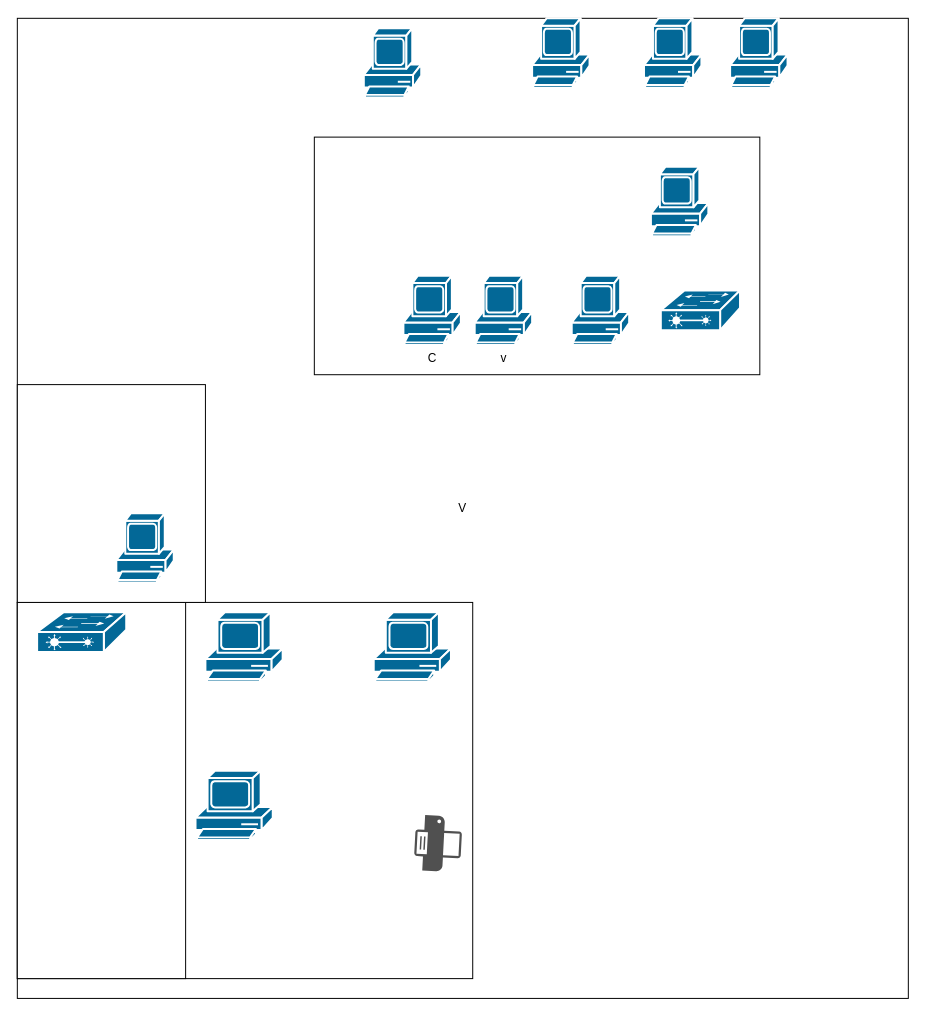
Before: Untitled Diagram.drawio in GabrielBuenoSathler/mapa-de-rede, a draw.io diagram. Source tidied: cells renumbered, new cells numbered last; positions are measured from the earlier drawing's top-left corner, leaving out a move shared by most shapes. Both pictures are drawn from the tidied source at 99%, with x=0, y=0 at pixel (17, 18).
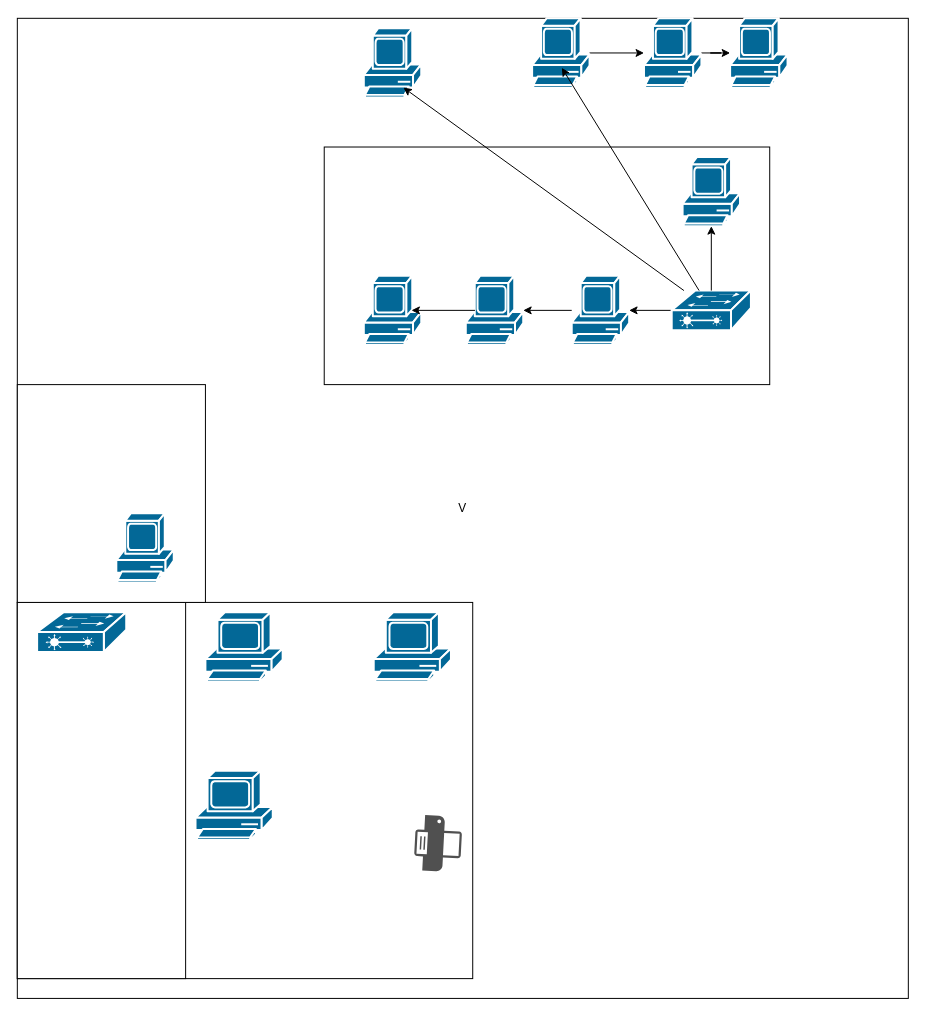
After the change.

Unchanged cells that the change refers to:
```xml
<mxCell id="15" style="sketch=0;html=1;dashed=0;fillColor=#036897;strokeColor=#ffffff;strokeWidth=2;verticalLabelPosition=bottom;verticalAlign=top;align=center;outlineConnect=0;shape=mxgraph.cisco.computers_and_peripherals.pc;" parent="1" vertex="1">
  <mxGeometry x="560" y="260" width="58" height="70" as="geometry" />
</mxCell>
<mxCell id="17" style="sketch=0;html=1;dashed=0;fillColor=#036897;strokeColor=#ffffff;strokeWidth=2;verticalLabelPosition=bottom;verticalAlign=top;align=center;outlineConnect=0;shape=mxgraph.cisco.computers_and_peripherals.pc;" parent="1" vertex="1">
  <mxGeometry x="720" width="58" height="70" as="geometry" />
</mxCell>
<mxCell id="18" style="sketch=0;html=1;dashed=0;fillColor=#036897;strokeColor=#ffffff;strokeWidth=2;verticalLabelPosition=bottom;verticalAlign=top;align=center;outlineConnect=0;shape=mxgraph.cisco.computers_and_peripherals.pc;" parent="1" vertex="1">
  <mxGeometry x="633" width="58" height="70" as="geometry" />
</mxCell>
<mxCell id="19" style="sketch=0;html=1;dashed=0;fillColor=#036897;strokeColor=#ffffff;strokeWidth=2;verticalLabelPosition=bottom;verticalAlign=top;align=center;outlineConnect=0;shape=mxgraph.cisco.computers_and_peripherals.pc;" parent="1" vertex="1">
  <mxGeometry x="520" width="58" height="70" as="geometry" />
</mxCell>
```

Change to the diagram source:
```diff
@@
     <mxCell id="12" style="rounded=0;whiteSpace=wrap;html=1;" parent="1" vertex="1">
-      <mxGeometry x="300" y="120" width="450" height="240" as="geometry" />
+      <mxGeometry x="310" y="130" width="450" height="240" as="geometry" />
     </mxCell>
-    <mxCell id="13" value="C" style="sketch=0;html=1;dashed=0;fillColor=#036897;strokeColor=#ffffff;strokeWidth=2;verticalLabelPosition=bottom;verticalAlign=top;align=center;shape=mxgraph.cisco.computers_and_peripherals.pc;" parent="1" vertex="1">
-      <mxGeometry x="390" y="260" width="58" height="70" as="geometry" />
-    </mxCell>
-    <mxCell id="14" value="v" style="sketch=0;html=1;dashed=0;fillColor=#036897;strokeColor=#ffffff;strokeWidth=2;verticalLabelPosition=bottom;verticalAlign=top;align=center;shape=mxgraph.cisco.computers_and_peripherals.pc;" parent="1" vertex="1">
-      <mxGeometry x="462" y="260" width="58" height="70" as="geometry" />
-    </mxCell>
+    <mxCell id="22" style="edgeStyle=orthogonalEdgeStyle;rounded=0;jettySize=auto;html=1;" parent="1" edge="1" source="15" target="26">
+      <mxGeometry relative="1" as="geometry" />
+    </mxCell>
@@
     <mxCell id="16" style="sketch=0;html=1;dashed=0;fillColor=#036897;strokeColor=#ffffff;strokeWidth=2;verticalLabelPosition=bottom;verticalAlign=top;align=center;outlineConnect=0;shape=mxgraph.cisco.computers_and_peripherals.pc;" parent="1" vertex="1">
-      <mxGeometry x="640" y="150" width="58" height="70" as="geometry" />
+      <mxGeometry x="672" y="140" width="58" height="70" as="geometry" />
     </mxCell>
@@
+    <mxCell id="23" style="edgeStyle=orthogonalEdgeStyle;rounded=0;jettySize=auto;html=1;" parent="1" edge="1" source="18" target="17">
+      <mxGeometry relative="1" as="geometry" />
+    </mxCell>
@@
+    <mxCell id="24" style="edgeStyle=orthogonalEdgeStyle;rounded=0;jettySize=auto;html=1;" parent="1" edge="1" source="19" target="18">
+      <mxGeometry relative="1" as="geometry" />
+    </mxCell>
@@
+    <mxCell id="25" style="edgeStyle=orthogonalEdgeStyle;rounded=0;jettySize=auto;html=1;exitX=0;exitY=0.5;exitDx=0;exitDy=0;exitPerimeter=0;" parent="1" edge="1" source="20" target="15">
+      <mxGeometry relative="1" as="geometry" />
+    </mxCell>
     <mxCell id="20" style="strokeColor=#ffffff;sketch=0;html=1;dashed=0;fillColor=#036897;strokeWidth=2;verticalLabelPosition=bottom;verticalAlign=top;align=center;outlineConnect=0;shape=mxgraph.cisco.switches.layer_2_remote_switch;" parent="1" vertex="1">
-      <mxGeometry x="650" y="275" width="80" height="40" as="geometry" />
+      <mxGeometry x="661" y="275" width="80" height="40" as="geometry" />
     </mxCell>
@@
+    <mxCell id="26" style="sketch=0;html=1;dashed=0;fillColor=#036897;strokeColor=#ffffff;strokeWidth=2;verticalLabelPosition=bottom;verticalAlign=top;align=center;outlineConnect=0;shape=mxgraph.cisco.computers_and_peripherals.pc;" parent="1" vertex="1">
+      <mxGeometry x="453" y="260" width="58" height="70" as="geometry" />
+    </mxCell>
+    <mxCell id="27" style="sketch=0;html=1;dashed=0;fillColor=#036897;strokeColor=#ffffff;strokeWidth=2;verticalLabelPosition=bottom;verticalAlign=top;align=center;outlineConnect=0;shape=mxgraph.cisco.computers_and_peripherals.pc;" parent="1" vertex="1">
+      <mxGeometry x="350" y="260" width="58" height="70" as="geometry" />
+    </mxCell>
+    <mxCell id="28" style="edgeStyle=orthogonalEdgeStyle;rounded=0;jettySize=auto;html=1;entryX=0.5;entryY=1;entryDx=0;entryDy=0;entryPerimeter=0;" parent="1" edge="1" source="20" target="16">
+      <mxGeometry relative="1" as="geometry" />
+    </mxCell>
+    <mxCell id="29" style="edgeStyle=orthogonalEdgeStyle;rounded=0;jettySize=auto;html=1;exitX=0.16;exitY=0.5;exitDx=0;exitDy=0;exitPerimeter=0;entryX=0.83;entryY=0.5;entryDx=0;entryDy=0;entryPerimeter=0;" parent="1" edge="1" source="26" target="27">
+      <mxGeometry relative="1" as="geometry" />
+    </mxCell>
+    <mxCell id="30" style="endArrow=classic;html=1;rounded=0;" parent="1" edge="1" source="20">
+      <mxGeometry relative="1" as="geometry">
+        <mxPoint x="390" y="70" as="targetPoint" />
+      </mxGeometry>
+    </mxCell>
+    <mxCell id="31" style="endArrow=classic;html=1;rounded=0;" parent="1" edge="1" source="20">
+      <mxGeometry relative="1" as="geometry">
+        <mxPoint x="550" y="50" as="targetPoint" />
+      </mxGeometry>
+    </mxCell>
```
